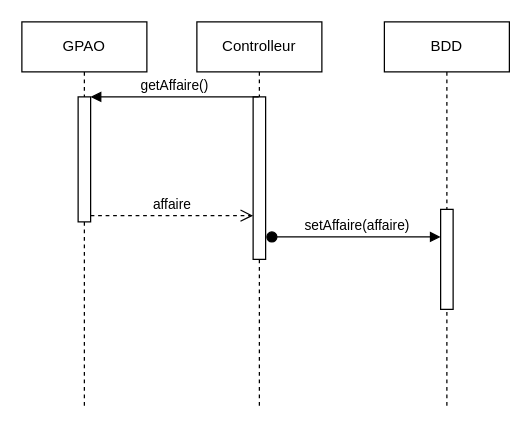
The draw.io diagram Analyse/Hugo/diagrammeDeSequence.drawio in MRCThomas/testDeVerinSurBancHydraulique, before the edit. Source tidied: cells renumbered, new cells numbered last; positions are measured from the earlier drawing's top-left corner, leaving out a move shared by most shapes. Both pictures are drawn from the tidied source at 125%, with x=0, y=0 at pixel (21, 21).
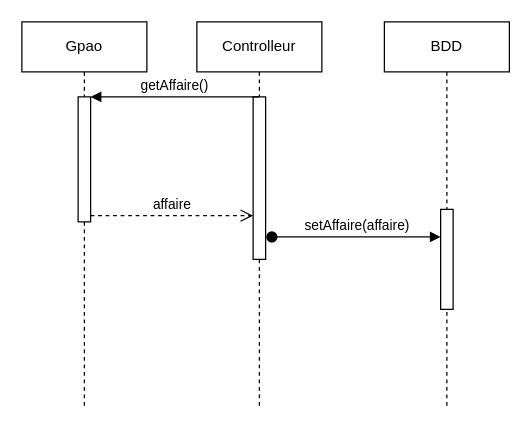
The same page after the edit.

Change to the diagram source:
```diff
@@
 <mxGraphModel>
   <root>
     <mxCell id="0" />
     <mxCell id="1" parent="0" />
     <mxCell id="2" value="Controlleur" style="shape=umlLifeline;perimeter=lifelinePerimeter;whiteSpace=wrap;html=1;outlineConnect=0;" parent="1" vertex="1">
       <mxGeometry x="140" width="100" height="310" as="geometry" />
     </mxCell>
     <mxCell id="3" style="html=1;points=[];perimeter=orthogonalPerimeter;" parent="2" vertex="1">
       <mxGeometry x="45" y="60" width="10" height="130" as="geometry" />
     </mxCell>
-    <mxCell id="4" value="GPAO" style="shape=umlLifeline;perimeter=lifelinePerimeter;whiteSpace=wrap;html=1;" parent="1" vertex="1">
+    <mxCell id="4" value="Gpao" style="shape=umlLifeline;perimeter=lifelinePerimeter;whiteSpace=wrap;html=1;" parent="1" vertex="1">
       <mxGeometry width="100" height="310" as="geometry" />
     </mxCell>
     <mxCell id="5" style="html=1;points=[];perimeter=orthogonalPerimeter;" parent="4" vertex="1">
       <mxGeometry x="45" y="60" width="10" height="100" as="geometry" />
     </mxCell>
     <mxCell id="6" value="BDD" style="shape=umlLifeline;perimeter=lifelinePerimeter;whiteSpace=wrap;html=1;" parent="1" vertex="1">
       <mxGeometry x="290" width="100" height="310" as="geometry" />
     </mxCell>
     <mxCell id="7" style="html=1;points=[];perimeter=orthogonalPerimeter;" parent="6" vertex="1">
       <mxGeometry x="45" y="150" width="10" height="80" as="geometry" />
     </mxCell>
     <mxCell id="8" value="getAffaire()" style="html=1;verticalAlign=bottom;endArrow=block;entryX=1;entryY=0;" parent="1" edge="1" source="2" target="5">
       <mxGeometry x="0.03" relative="1" as="geometry">
         <mxPoint x="1" as="offset" />
       </mxGeometry>
     </mxCell>
     <mxCell id="9" value="affaire" style="html=1;verticalAlign=bottom;endArrow=open;dashed=1;endSize=8;exitX=1;exitY=0.95;" parent="1" edge="1" source="5" target="3">
       <mxGeometry relative="1" as="geometry" />
     </mxCell>
     <mxCell id="10" value="setAffaire(affaire)" style="html=1;verticalAlign=bottom;startArrow=oval;endArrow=block;startSize=8;exitX=1.5;exitY=0.862;exitDx=0;exitDy=0;exitPerimeter=0;" parent="1" edge="1" source="3" target="7">
       <mxGeometry relative="1" as="geometry" />
     </mxCell>
   </root>
 </mxGraphModel>
```
